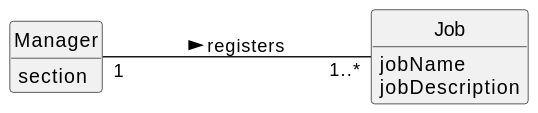
Earlier version of the PlantUML export docs/sprintB/us02/02.analysis/svg/us02-domain-model.svg (Paulo-Pereira-at-ISEP/lei-24-s2-1nanb-g321).
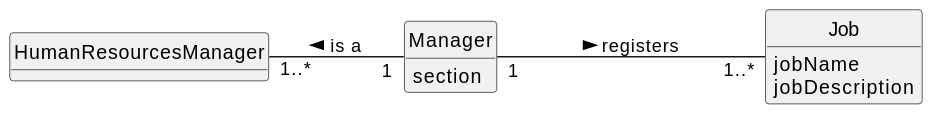
Above is the later version.

Commit message:
LGGPM-25 - US 02 Domain model correction after evaluation inputs

The edit, as a diff of the source:
```diff
@@ -6,6 +6,10 @@
 left to right direction
 
 skinparam classAttributeIconSize 0
+
+class HumanResourcesManager {
+
+}
 
 class Manager {
     section
@@ -17,6 +21,7 @@
 }
 
 Manager "1" --- "1..*" Job: registers >
+Manager "1" --up "1..*" HumanResourcesManager: is a >
 
 hide circle
 hide methods
```
